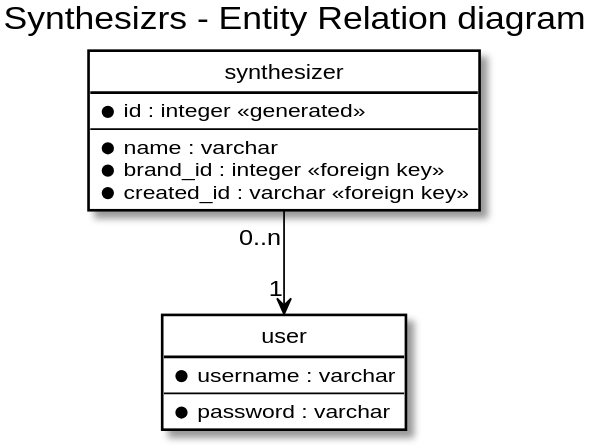
This is ateliers/10-design-bdd-02-filtrer-par-utilisateur/synthesizrs_entity_relation_diagram.svg from simplonco/renault-digital-2020, a PlantUML export, as it was before one commit. Its diagram source:
```plantuml
@startuml

title
Synthesizrs - Entity Relation diagram
end title

hide circle
skinparam linetype ortho
skinparam class {
    BackgroundColor White
    ArrowColor Black
    BorderColor Black
}
skinparam note {
    BackgroundColor LightYellow
    ArrowColor Black
    BorderColor Black
}

entity "user" as user {
    *username : varchar
    --
    *password : varchar
}


entity "synthesizer" as synthesizer {
    *id : integer <<generated>>
    --
    *name : varchar
    *brand_id : integer <<foreign key>>
    *created_id : varchar <<foreign key>>
}

synthesizer "0..n" --> "1" user


@enduml
```
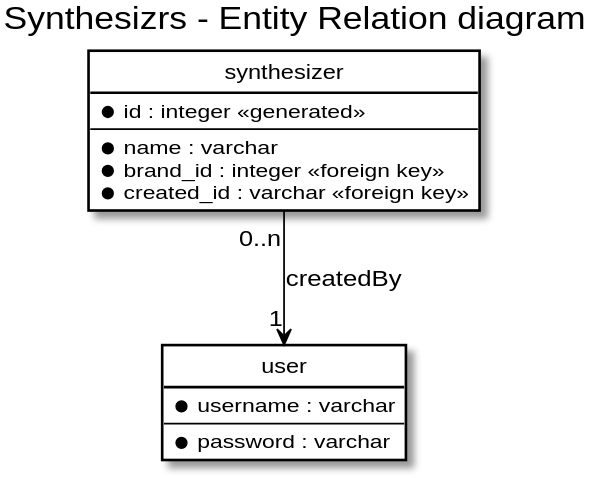
The same diagram one commit later.

The edit, as a diff of the source:
```diff
@@ -23,7 +23,6 @@
     *password : varchar
 }
 
-
 entity "synthesizer" as synthesizer {
     *id : integer <<generated>>
     --
@@ -32,7 +31,6 @@
     *created_id : varchar <<foreign key>>
 }
 
-synthesizer "0..n" --> "1" user
-
+synthesizer "0..n" --> "1" user : createdBy
 
 @enduml
```
